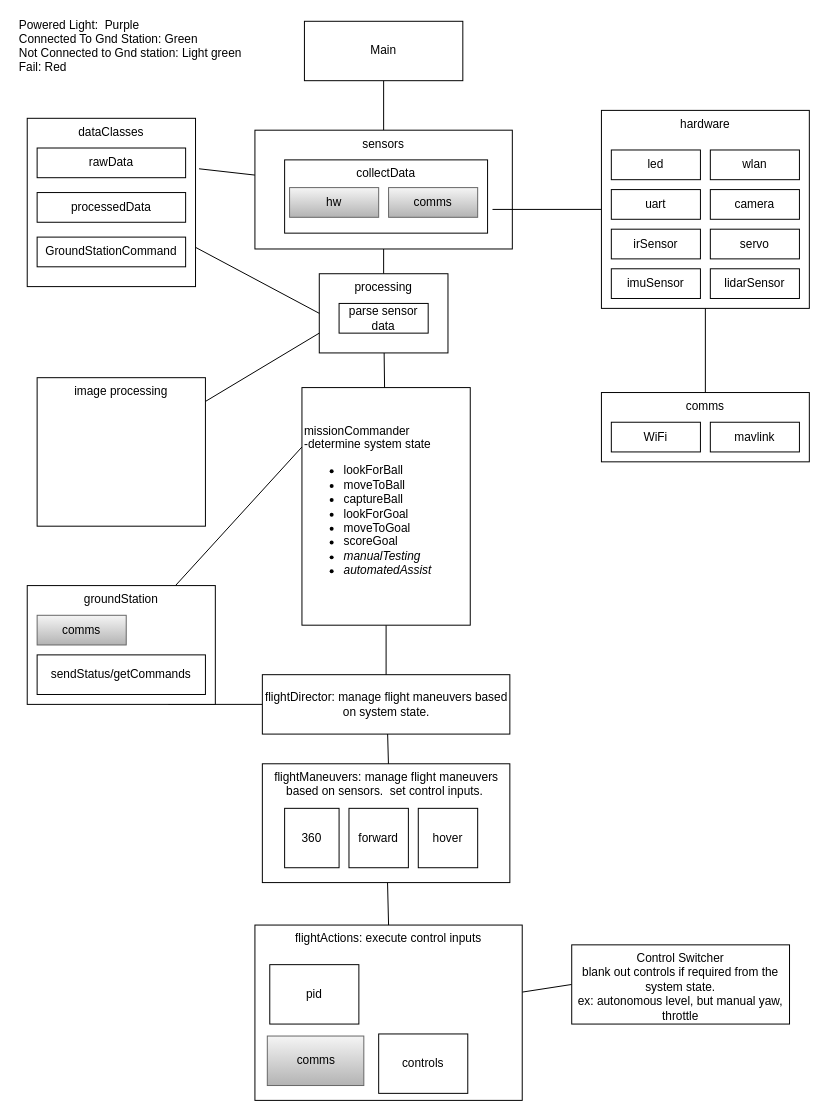
Before: Blimp/OpenMV/swArchitecture.drawio in Pieman130/dtr_open, a draw.io diagram. Source tidied: cells renumbered, new cells numbered last; positions are measured from the earlier drawing's top-left corner, leaving out a move shared by most shapes. Both pictures are drawn from the tidied source at 99%, with x=0, y=0 at pixel (17, 21).
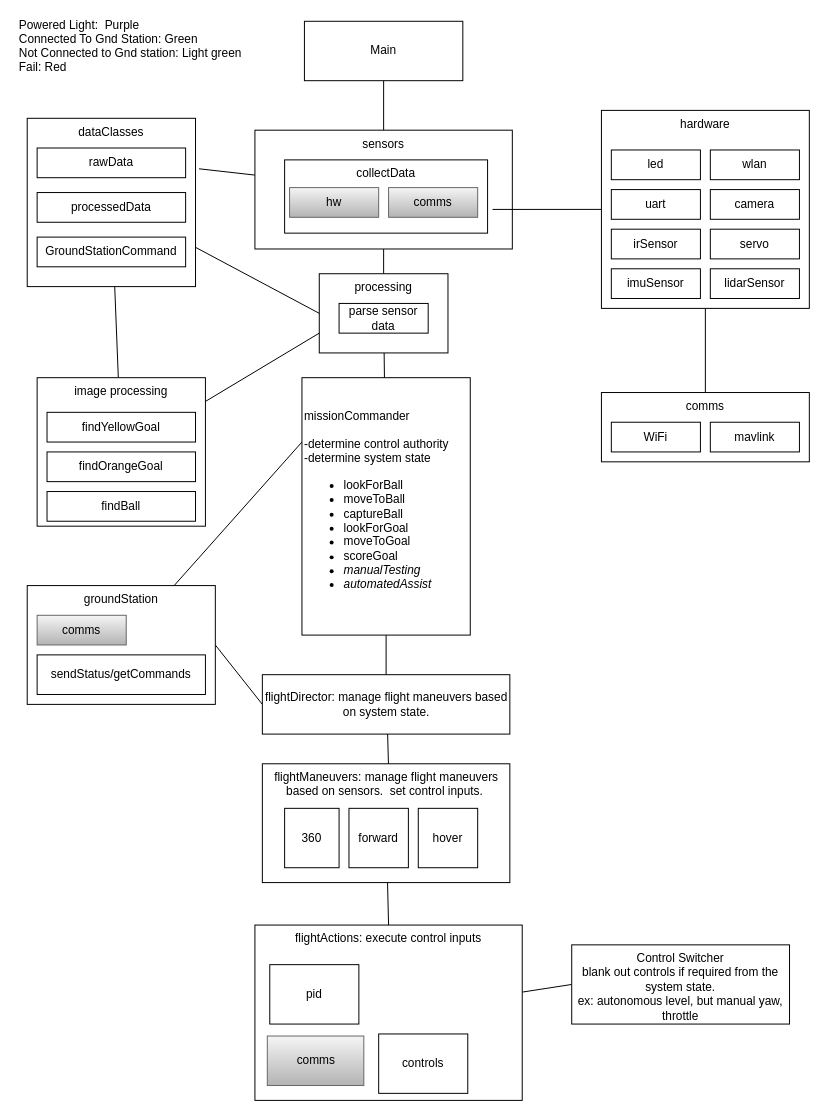
The same page after the edit.

Unchanged cells that the change refers to:
```xml
<mxCell id="8" value="flightDirector: manage flight maneuvers based on system state." style="rounded=0;whiteSpace=wrap;html=1;" parent="1" vertex="1">
  <mxGeometry x="247.5" y="660" width="250" height="60" as="geometry" />
</mxCell>
<mxCell id="10" value="groundStation" style="rounded=0;whiteSpace=wrap;html=1;verticalAlign=top;" parent="1" vertex="1">
  <mxGeometry x="10" y="570" width="190" height="120" as="geometry" />
</mxCell>
<mxCell id="46" value="dataClasses" style="rounded=0;whiteSpace=wrap;html=1;verticalAlign=top;" parent="1" vertex="1">
  <mxGeometry x="10" y="98" width="170" height="170" as="geometry" />
</mxCell>
<mxCell id="52" value="image processing" style="rounded=0;whiteSpace=wrap;html=1;verticalAlign=top;" parent="1" vertex="1">
  <mxGeometry x="20" y="360" width="170" height="150" as="geometry" />
</mxCell>
```

Change to the diagram source:
```diff
@@
-    <mxCell id="5" value="missionCommander&lt;br&gt;-determine system state&lt;br&gt;&lt;ul&gt;&lt;li&gt;lookForBall&lt;/li&gt;&lt;li&gt;moveToBall&lt;/li&gt;&lt;li&gt;captureBall&lt;/li&gt;&lt;li&gt;lookForGoal&lt;/li&gt;&lt;li&gt;moveToGoal&lt;/li&gt;&lt;li&gt;scoreGoal&lt;/li&gt;&lt;li&gt;&lt;i&gt;manualTesting&lt;/i&gt;&lt;/li&gt;&lt;li&gt;&lt;i&gt;automatedAssist&lt;/i&gt;&lt;/li&gt;&lt;/ul&gt;" style="rounded=0;whiteSpace=wrap;html=1;align=left;" parent="1" vertex="1">
-      <mxGeometry x="287.5" y="370" width="170" height="240" as="geometry" />
+    <mxCell id="5" value="missionCommander&lt;br&gt;&lt;br&gt;-determine control authority&lt;br&gt;-determine system state&lt;br&gt;&lt;ul&gt;&lt;li&gt;lookForBall&lt;/li&gt;&lt;li&gt;moveToBall&lt;/li&gt;&lt;li&gt;captureBall&lt;/li&gt;&lt;li&gt;lookForGoal&lt;/li&gt;&lt;li&gt;moveToGoal&lt;/li&gt;&lt;li&gt;scoreGoal&lt;/li&gt;&lt;li&gt;&lt;i&gt;manualTesting&lt;/i&gt;&lt;/li&gt;&lt;li&gt;&lt;i&gt;automatedAssist&lt;/i&gt;&lt;/li&gt;&lt;/ul&gt;" style="rounded=0;whiteSpace=wrap;html=1;align=left;" parent="1" vertex="1">
+      <mxGeometry x="287.5" y="360" width="170" height="260" as="geometry" />
     </mxCell>
@@
-    <mxCell id="7" style="edgeStyle=none;html=1;entryX=0.75;entryY=1;entryDx=0;entryDy=0;fontColor=#000000;endArrow=none;endFill=0;exitX=0;exitY=0.5;exitDx=0;exitDy=0;" parent="1" edge="1" source="8" target="10">
+    <mxCell id="7" style="edgeStyle=none;html=1;entryX=1;entryY=0.5;entryDx=0;entryDy=0;fontColor=#000000;endArrow=none;endFill=0;exitX=0;exitY=0.5;exitDx=0;exitDy=0;" parent="1" edge="1" source="8" target="10">
       <mxGeometry relative="1" as="geometry" />
     </mxCell>
@@
+    <mxCell id="55" style="edgeStyle=none;html=1;endArrow=none;endFill=0;" parent="1" edge="1" source="46" target="52">
+      <mxGeometry relative="1" as="geometry" />
+    </mxCell>
@@
+    <mxCell id="56" value="findYellowGoal" style="rounded=0;whiteSpace=wrap;html=1;" parent="1" vertex="1">
+      <mxGeometry x="30" y="395" width="150" height="30" as="geometry" />
+    </mxCell>
+    <mxCell id="57" value="findOrangeGoal" style="rounded=0;whiteSpace=wrap;html=1;" parent="1" vertex="1">
+      <mxGeometry x="30" y="435" width="150" height="30" as="geometry" />
+    </mxCell>
+    <mxCell id="58" value="findBall" style="rounded=0;whiteSpace=wrap;html=1;" parent="1" vertex="1">
+      <mxGeometry x="30" y="475" width="150" height="30" as="geometry" />
+    </mxCell>
```
